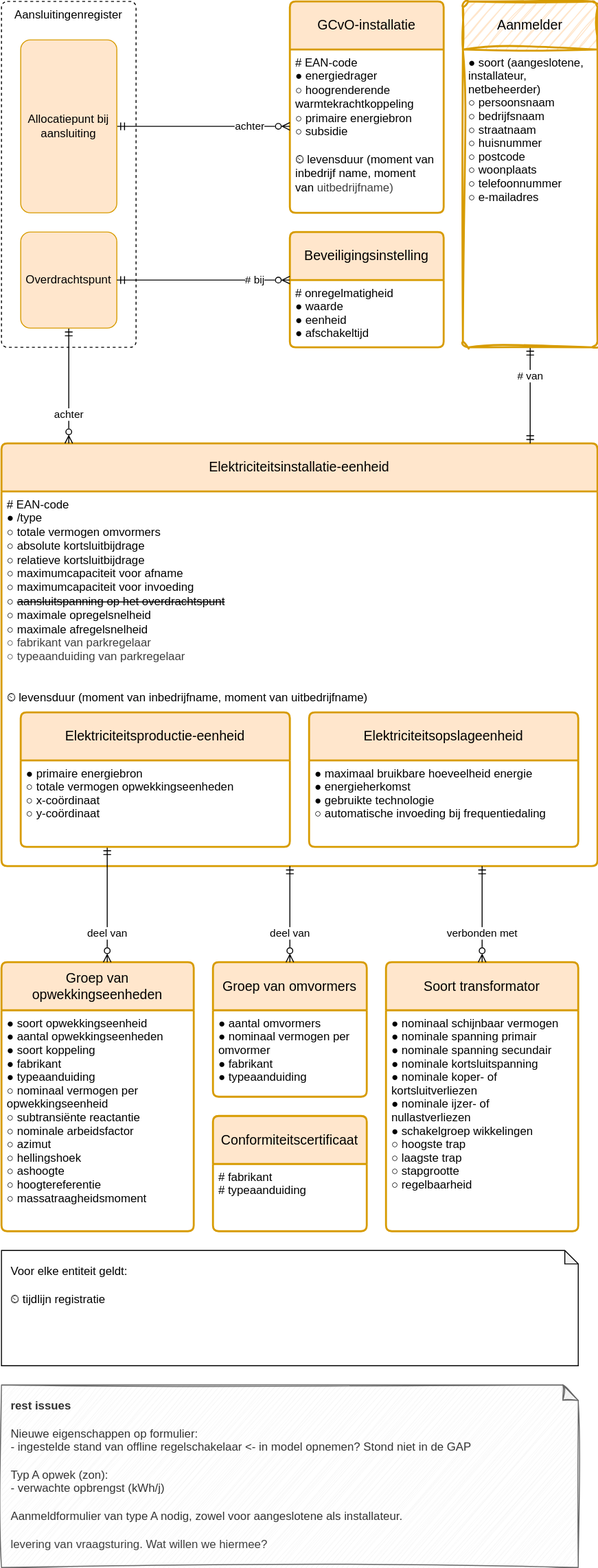
Before: registers/installatieregister/1.0/installatieregister.drawio.svg, a diagram exported from draw.io (Netbeheer-Nederland/stelsel). Source tidied: cells renumbered, new cells last; positions are measured from the earlier drawing's top-left corner, leaving out a move shared by most shapes.
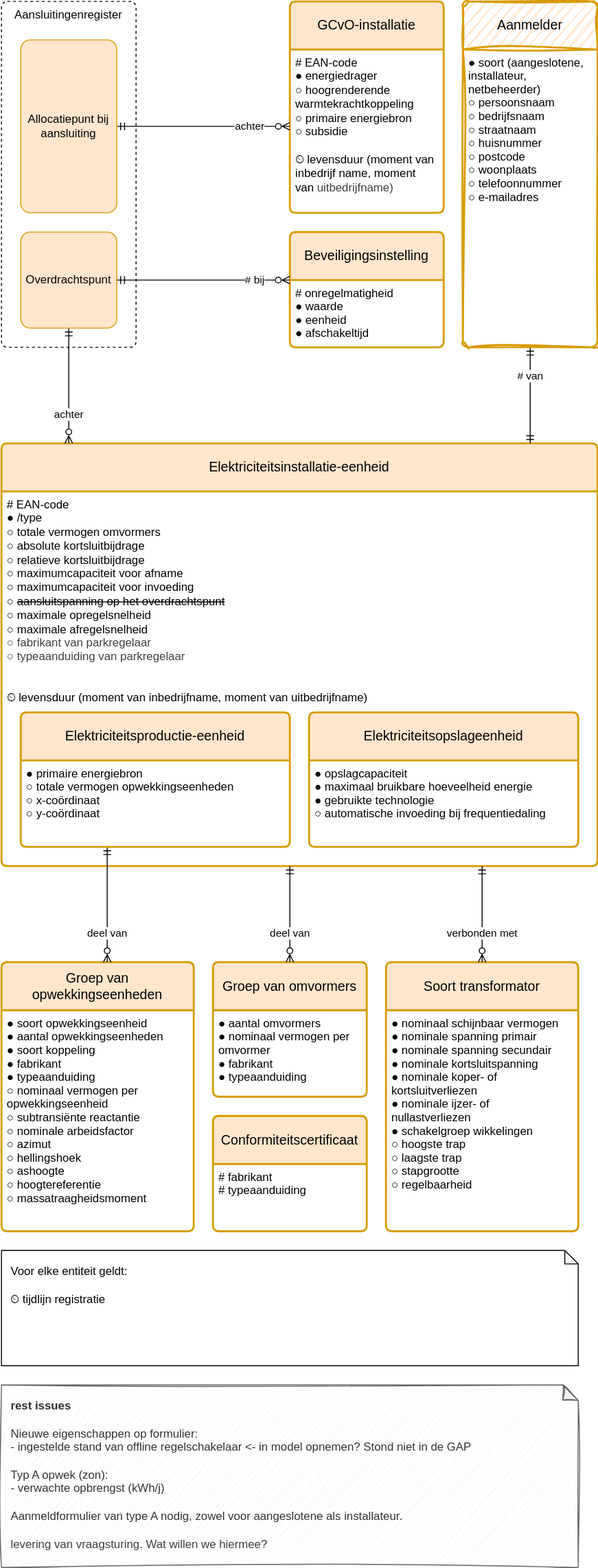
The same diagram one commit later.

Change to the diagram source:
```diff
@@ -44,7 +44,7 @@
     <mxCell id="15" value="Elektriciteitsopslageenheid" style="swimlane;horizontal=1;startSize=50;rounded=1;fontSize=14;fontStyle=0;strokeWidth=2;shadow=0;dashed=0;align=center;fillColor=#ffe6cc;strokeColor=#d79b00;arcSize=4;whiteSpace=wrap;html=1;spacing=10;" parent="1" vertex="1">
       <mxGeometry x="320" y="740" width="280" height="140" as="geometry" />
     </mxCell>
-    <mxCell id="16" value="● maximaal bruikbare hoeveelheid energie&#10;● energieherkomst&#10;● gebruikte technologie&#10;○ automatische invoeding bij frequentiedaling" style="align=left;strokeColor=none;fillColor=none;spacingLeft=4;fontSize=12;verticalAlign=top;fontStyle=0;" parent="15" vertex="1">
+    <mxCell id="16" value="● opslagcapaciteit&#10;● maximaal bruikbare hoeveelheid energie&#10;● gebruikte technologie&#10;○ automatische invoeding bij frequentiedaling" style="align=left;strokeColor=none;fillColor=none;spacingLeft=4;fontSize=12;verticalAlign=top;fontStyle=0;" parent="15" vertex="1">
       <mxGeometry y="50" width="280" height="90" as="geometry" />
     </mxCell>
     <mxCell id="17" style="edgeStyle=none;html=1;entryX=0;entryY=0;entryDx=0;entryDy=0;" parent="15" edge="1" source="15" target="16">
```
